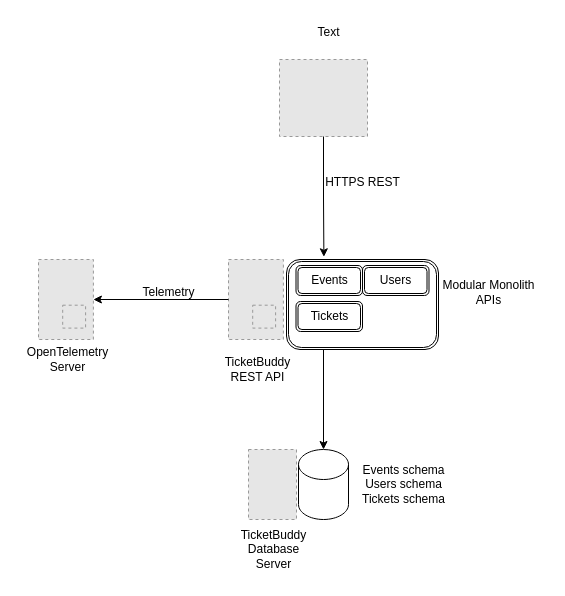
Earlier version of the draw.io diagram ModularMonolith/ModularMonolith.drawio (davewil/Ex_TicketBuddy). Source tidied: cells renumbered, new cells numbered last; positions are measured from the earlier drawing's top-left corner, leaving out a move shared by most shapes. Both pictures are drawn from the tidied source at 100%, with x=0, y=0 at pixel (17, 17). Pictures stored in the file or linked from it are replaced by grey dashed boxes.
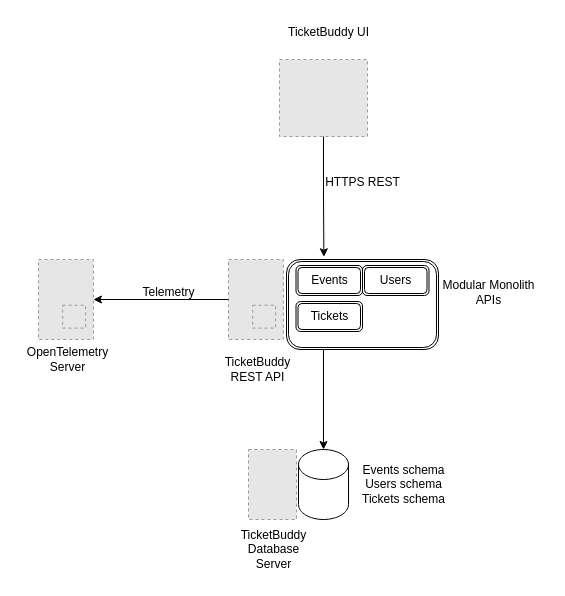
After the change.

What changed in the source:
```diff
@@
-    <mxCell id="25" value="Text" style="text;html=1;align=center;verticalAlign=middle;strokeColor=none;fillColor=none;" parent="1" vertex="1">
+    <mxCell id="25" value="TicketBuddy UI" style="text;html=1;align=center;verticalAlign=middle;strokeColor=none;fillColor=none;" parent="1" vertex="1">
       <mxGeometry x="286" width="50" height="30" as="geometry" />
     </mxCell>
```
